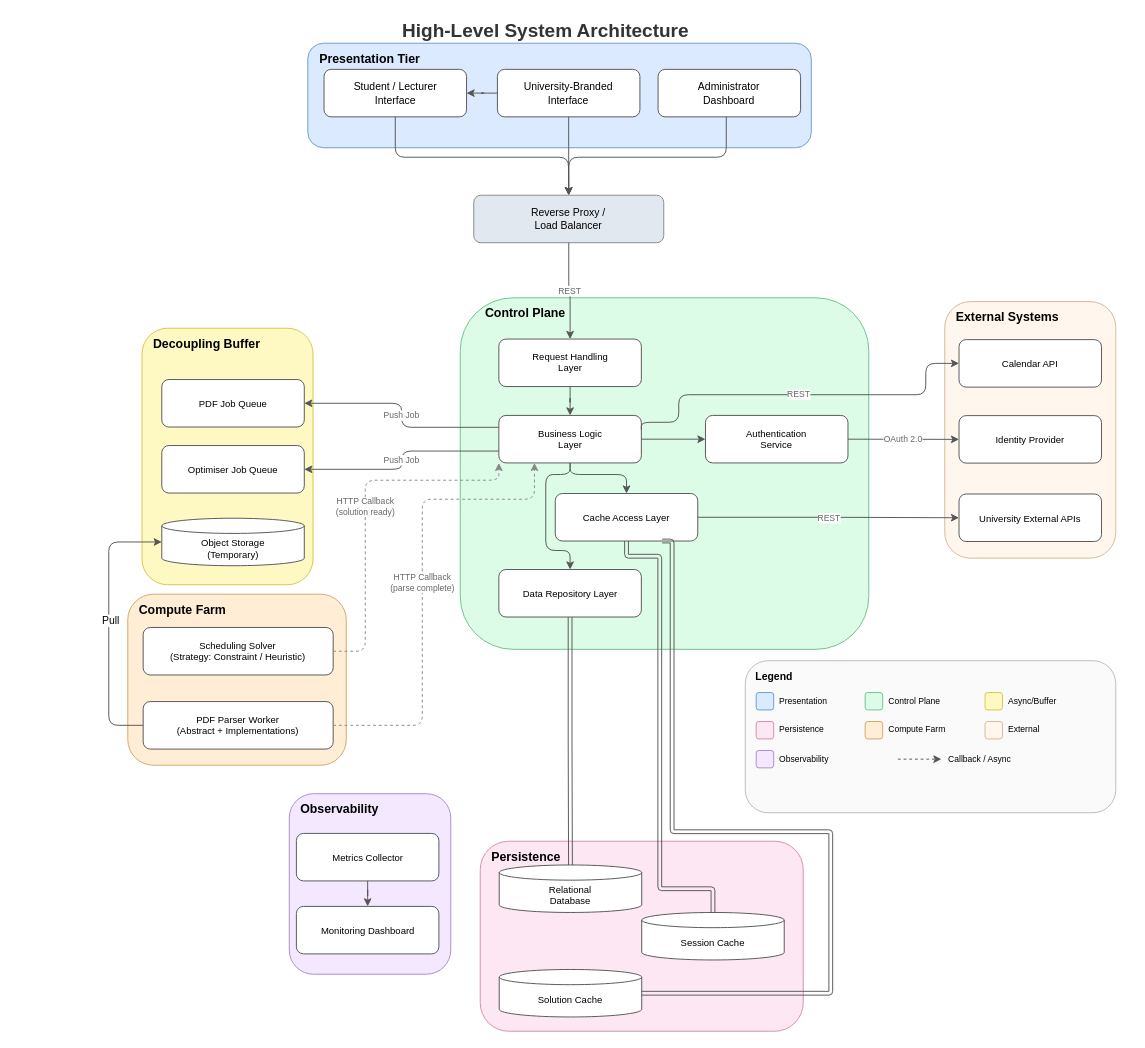
Before: dev/diagrams/architecture/Architecture.drawio in COS301-SE-2026/UMTAS, a draw.io diagram. Source tidied: cells renumbered, new cells numbered last; positions are measured from the earlier drawing's top-left corner, leaving out a move shared by most shapes. Both pictures are drawn from the tidied source at 95%, with x=0, y=0 at pixel (108, 16).
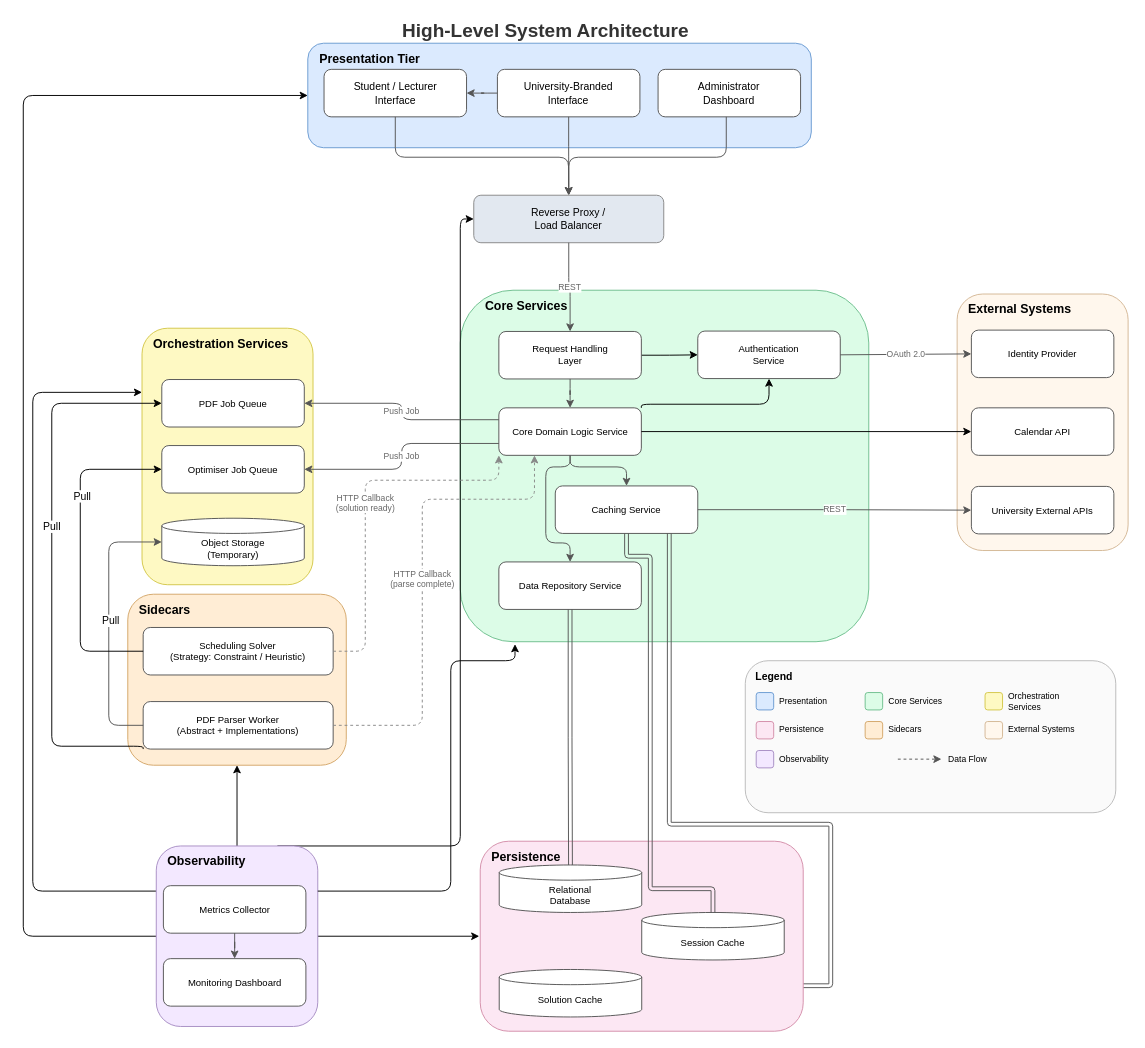
Above is the later version.

Unchanged cells that the change refers to:
```xml
<mxCell id="3" value="Presentation Tier" style="rounded=1;whiteSpace=wrap;html=1;fillColor=#dbeafe;strokeColor=#6b9bd2;verticalAlign=top;fontStyle=1;fontSize=13;align=left;spacingLeft=10;spacingTop=2;" parent="1" vertex="1">
  <mxGeometry x="209.5" y="28" width="530" height="110" as="geometry" />
</mxCell>
<mxCell id="8" value="Reverse Proxy /&lt;br&gt;Load Balancer" style="rounded=1;whiteSpace=wrap;html=1;fillColor=#e2e8f0;strokeColor=#888888;fontSize=11;fontStyle=0;" parent="1" vertex="1">
  <mxGeometry x="384.2" y="188" width="200" height="50" as="geometry" />
</mxCell>
<mxCell id="10" value="Request Handling&lt;br&gt;Layer" style="rounded=1;whiteSpace=wrap;html=1;fillColor=#ffffff;strokeColor=#555555;fontSize=10;" parent="9" vertex="1">
  <mxGeometry x="40.6" y="43.4" width="150" height="50" as="geometry" />
</mxCell>
<mxCell id="18" value="PDF Job Queue" style="rounded=1;whiteSpace=wrap;html=1;fillColor=#ffffff;strokeColor=#555555;fontSize=10;" parent="17" vertex="1">
  <mxGeometry x="20.8" y="54" width="150" height="50" as="geometry" />
</mxCell>
<mxCell id="19" value="Optimiser Job Queue" style="rounded=1;whiteSpace=wrap;html=1;fillColor=#ffffff;strokeColor=#555555;fontSize=10;" parent="17" vertex="1">
  <mxGeometry x="20.8" y="123.5" width="150" height="50" as="geometry" />
</mxCell>
<mxCell id="23" value="Session Cache" style="shape=cylinder3;whiteSpace=wrap;html=1;boundedLbl=1;fillColor=#ffffff;strokeColor=#555555;fontSize=10;size=8;" parent="21" vertex="1">
  <mxGeometry x="170" y="75" width="150" height="50" as="geometry" />
</mxCell>
<mxCell id="24" value="Solution Cache" style="shape=cylinder3;whiteSpace=wrap;html=1;boundedLbl=1;fillColor=#ffffff;strokeColor=#555555;fontSize=10;size=8;" parent="21" vertex="1">
  <mxGeometry x="20" y="135" width="150" height="50" as="geometry" />
</mxCell>
<mxCell id="26" value="Scheduling Solver&lt;br&gt;(Strategy: Constraint / Heuristic)" style="rounded=1;whiteSpace=wrap;html=1;fillColor=#ffffff;strokeColor=#555555;fontSize=10;" parent="25" vertex="1">
  <mxGeometry x="16.2" y="35" width="200" height="50" as="geometry" />
</mxCell>
<mxCell id="27" value="PDF Parser Worker&lt;br&gt;(Abstract + Implementations)" style="rounded=1;whiteSpace=wrap;html=1;fillColor=#ffffff;strokeColor=#555555;fontSize=10;" parent="25" vertex="1">
  <mxGeometry x="16.2" y="113" width="200" height="50" as="geometry" />
</mxCell>
<mxCell id="36" style="rounded=1;whiteSpace=wrap;html=1;fillColor=#fafafa;strokeColor=#bbbbbb;verticalAlign=top;fontStyle=1;fontSize=11;align=left;spacingLeft=8;spacingTop=2;" parent="1" vertex="1">
  <mxGeometry x="670" y="678" width="390" height="160" as="geometry" />
</mxCell>
```

Change to the diagram source:
```diff
@@
-    <mxCell id="9" value="&amp;nbsp; &amp;nbsp; Control Plane" style="rounded=1;whiteSpace=wrap;html=1;fillColor=#dcfce7;strokeColor=#6fbf8f;verticalAlign=top;fontStyle=1;fontSize=13;align=left;spacingLeft=10;spacingTop=2;" parent="1" vertex="1">
-      <mxGeometry x="370" y="296" width="430" height="370" as="geometry" />
+    <mxCell id="9" value="&amp;nbsp; &amp;nbsp; Core Services" style="rounded=1;whiteSpace=wrap;html=1;fillColor=#dcfce7;strokeColor=#6fbf8f;verticalAlign=top;fontStyle=1;fontSize=13;align=left;spacingLeft=10;spacingTop=2;" parent="1" vertex="1">
+      <mxGeometry x="370" y="288" width="430" height="370" as="geometry" />
     </mxCell>
+    <mxCell id="72" style="edgeStyle=orthogonalEdgeStyle;rounded=1;jettySize=auto;html=1;entryX=0;entryY=0.5;entryDx=0;entryDy=0;curved=0;flowAnimation=1;" parent="9" edge="1" source="10" target="14">
+      <mxGeometry relative="1" as="geometry" />
+    </mxCell>
@@
+    <mxCell id="59" style="edgeStyle=orthogonalEdgeStyle;rounded=1;jettySize=auto;html=1;exitX=1;exitY=0;exitDx=0;exitDy=0;entryX=0.5;entryY=1;entryDx=0;entryDy=0;curved=0;flowAnimation=1;" parent="9" edge="1" source="12" target="14">
+      <mxGeometry relative="1" as="geometry">
+        <Array as="points">
+          <mxPoint x="191" y="120" />
+          <mxPoint x="325" y="120" />
+        </Array>
+      </mxGeometry>
+    </mxCell>
-    <mxCell id="12" value="Business Logic&lt;br&gt;Layer" style="rounded=1;whiteSpace=wrap;html=1;fillColor=#ffffff;strokeColor=#555555;fontSize=10;" parent="9" vertex="1">
+    <mxCell id="12" value="Core Domain Logic Service" style="rounded=1;whiteSpace=wrap;html=1;fillColor=#ffffff;strokeColor=#555555;fontSize=10;" parent="9" vertex="1">
       <mxGeometry x="40.6" y="123.8" width="150" height="50" as="geometry" />
     </mxCell>
-    <mxCell id="13" value="Data Repository Layer" style="rounded=1;whiteSpace=wrap;html=1;fillColor=#ffffff;strokeColor=#555555;fontSize=10;" parent="9" vertex="1">
+    <mxCell id="13" value="Data Repository Service" style="rounded=1;whiteSpace=wrap;html=1;fillColor=#ffffff;strokeColor=#555555;fontSize=10;" parent="9" vertex="1">
       <mxGeometry x="40.6" y="286" width="150" height="50" as="geometry" />
     </mxCell>
     <mxCell id="14" value="Authentication&lt;br&gt;Service" style="rounded=1;whiteSpace=wrap;html=1;fillColor=#ffffff;strokeColor=#555555;fontSize=10;" parent="9" vertex="1">
-      <mxGeometry x="258.1" y="123.8" width="150" height="50" as="geometry" />
+      <mxGeometry x="250" y="43" width="150" height="50" as="geometry" />
     </mxCell>
-    <mxCell id="15" value="Cache Access Layer" style="rounded=1;whiteSpace=wrap;html=1;fillColor=#ffffff;strokeColor=#555555;fontSize=10;" parent="9" vertex="1">
+    <mxCell id="15" value="Caching Service" style="rounded=1;whiteSpace=wrap;html=1;fillColor=#ffffff;strokeColor=#555555;fontSize=10;" parent="9" vertex="1">
       <mxGeometry x="100" y="206" width="150" height="50" as="geometry" />
     </mxCell>
@@
+    <mxCell id="69" style="edgeStyle=orthogonalEdgeStyle;shape=link;rounded=1;orthogonalLoop=1;jettySize=auto;html=1;strokeColor=#555555;align=left;verticalAlign=middle;fontFamily=Helvetica;fontSize=11;fontColor=default;labelBackgroundColor=default;endArrow=classic;entryX=1;entryY=0.5;entryDx=0;entryDy=0;entryPerimeter=0;flowAnimation=1;" parent="9" edge="1">
+      <mxGeometry relative="1" as="geometry">
+        <mxPoint x="220" y="256" as="sourcePoint" />
+        <mxPoint x="191" y="732.1" as="targetPoint" />
+        <Array as="points">
+          <mxPoint x="220" y="256.1" />
+          <mxPoint x="220" y="562.1" />
+          <mxPoint x="390" y="562.1" />
+          <mxPoint x="390" y="732.1" />
+        </Array>
+      </mxGeometry>
+    </mxCell>
-    <mxCell id="17" value="Decoupling Buffer" style="rounded=1;whiteSpace=wrap;html=1;fillColor=#fef9c3;strokeColor=#d4c84b;verticalAlign=top;fontStyle=1;fontSize=13;align=left;spacingLeft=10;spacingTop=2;" parent="1" vertex="1">
+    <mxCell id="17" value="Orchestration Services" style="rounded=1;whiteSpace=wrap;html=1;fillColor=#fef9c3;strokeColor=#d4c84b;verticalAlign=top;fontStyle=1;fontSize=13;align=left;spacingLeft=10;spacingTop=2;" parent="1" vertex="1">
       <mxGeometry x="35" y="328" width="180" height="270" as="geometry" />
     </mxCell>
@@
-    <mxCell id="25" value="Compute Farm" style="rounded=1;whiteSpace=wrap;html=1;fillColor=#ffedd5;strokeColor=#d4a76a;verticalAlign=top;fontStyle=1;fontSize=13;align=left;spacingLeft=10;spacingTop=2;" parent="1" vertex="1">
+    <mxCell id="25" value="Sidecars" style="rounded=1;whiteSpace=wrap;html=1;fillColor=#ffedd5;strokeColor=#d4a76a;verticalAlign=top;fontStyle=1;fontSize=13;align=left;spacingLeft=10;spacingTop=2;" parent="1" vertex="1">
       <mxGeometry x="20" y="608" width="230" height="180" as="geometry" />
     </mxCell>
@@
     <mxCell id="28" value="External Systems" style="rounded=1;whiteSpace=wrap;html=1;fillColor=#fff7ed;strokeColor=#d4b896;verticalAlign=top;fontStyle=1;fontSize=13;align=left;spacingLeft=10;spacingTop=2;" parent="1" vertex="1">
-      <mxGeometry x="880" y="300" width="180" height="270" as="geometry" />
+      <mxGeometry x="893" y="292" width="180" height="270" as="geometry" />
     </mxCell>
     <mxCell id="29" value="Calendar API" style="rounded=1;whiteSpace=wrap;html=1;fillColor=#ffffff;strokeColor=#555555;fontSize=10;" parent="28" vertex="1">
-      <mxGeometry x="15" y="40" width="150" height="50" as="geometry" />
+      <mxGeometry x="15" y="119.8" width="150" height="50" as="geometry" />
     </mxCell>
     <mxCell id="30" value="Identity Provider" style="rounded=1;whiteSpace=wrap;html=1;fillColor=#ffffff;strokeColor=#555555;fontSize=10;" parent="28" vertex="1">
-      <mxGeometry x="15" y="120" width="150" height="50" as="geometry" />
+      <mxGeometry x="15" y="38" width="150" height="50" as="geometry" />
     </mxCell>
@@
+    <mxCell id="73" style="edgeStyle=orthogonalEdgeStyle;rounded=1;jettySize=auto;html=1;flowAnimation=1;curved=0;" parent="1" edge="1" source="32">
+      <mxGeometry relative="1" as="geometry">
+        <mxPoint x="390" y="968" as="targetPoint" />
+      </mxGeometry>
+    </mxCell>
+    <mxCell id="74" style="edgeStyle=orthogonalEdgeStyle;shape=connector;curved=0;rounded=1;jettySize=auto;html=1;entryX=0.5;entryY=1;entryDx=0;entryDy=0;strokeColor=default;align=center;verticalAlign=middle;fontFamily=Helvetica;fontSize=11;fontColor=default;labelBackgroundColor=default;endArrow=classic;flowAnimation=1;" parent="1" edge="1" source="32" target="25">
+      <mxGeometry relative="1" as="geometry" />
+    </mxCell>
+    <mxCell id="75" style="edgeStyle=orthogonalEdgeStyle;shape=connector;curved=0;rounded=1;jettySize=auto;html=1;exitX=0;exitY=0.25;exitDx=0;exitDy=0;entryX=0;entryY=0.25;entryDx=0;entryDy=0;strokeColor=default;align=center;verticalAlign=middle;fontFamily=Helvetica;fontSize=11;fontColor=default;labelBackgroundColor=default;endArrow=classic;flowAnimation=1;" parent="1" edge="1" source="32" target="17">
+      <mxGeometry relative="1" as="geometry">
+        <Array as="points">
+          <mxPoint x="-80" y="921" />
+          <mxPoint x="-80" y="396" />
+        </Array>
+      </mxGeometry>
+    </mxCell>
+    <mxCell id="76" style="edgeStyle=orthogonalEdgeStyle;shape=connector;curved=0;rounded=1;jettySize=auto;html=1;exitX=0;exitY=0.5;exitDx=0;exitDy=0;entryX=0;entryY=0.5;entryDx=0;entryDy=0;strokeColor=default;align=center;verticalAlign=middle;fontFamily=Helvetica;fontSize=11;fontColor=default;labelBackgroundColor=default;endArrow=classic;flowAnimation=1;" parent="1" edge="1" source="32" target="3">
+      <mxGeometry relative="1" as="geometry">
+        <Array as="points">
+          <mxPoint x="-90" y="968" />
+          <mxPoint x="-90" y="83" />
+        </Array>
+      </mxGeometry>
+    </mxCell>
+    <mxCell id="77" style="edgeStyle=orthogonalEdgeStyle;shape=connector;curved=0;rounded=1;jettySize=auto;html=1;exitX=0.75;exitY=0;exitDx=0;exitDy=0;entryX=0;entryY=0.5;entryDx=0;entryDy=0;strokeColor=default;align=center;verticalAlign=middle;fontFamily=Helvetica;fontSize=11;fontColor=default;labelBackgroundColor=default;endArrow=classic;flowAnimation=1;" parent="1" edge="1" source="32" target="8">
+      <mxGeometry relative="1" as="geometry">
+        <Array as="points">
+          <mxPoint x="370" y="873" />
+          <mxPoint x="370" y="213" />
+        </Array>
+      </mxGeometry>
+    </mxCell>
     <mxCell id="32" value="Observability" style="rounded=1;whiteSpace=wrap;html=1;fillColor=#f3e8ff;strokeColor=#a88fc4;verticalAlign=top;fontStyle=1;fontSize=13;align=left;spacingLeft=10;spacingTop=2;" parent="1" vertex="1">
-      <mxGeometry x="190" y="818" width="170" height="190" as="geometry" />
+      <mxGeometry x="50" y="873" width="170" height="190" as="geometry" />
     </mxCell>
@@
-    <mxCell id="41" value="Control Plane" style="text;html=1;strokeColor=none;fillColor=none;align=left;verticalAlign=middle;whiteSpace=wrap;rounded=0;fontSize=9;" parent="36" vertex="1">
+    <mxCell id="41" value="Core Services" style="text;html=1;strokeColor=none;fillColor=none;align=left;verticalAlign=middle;whiteSpace=wrap;rounded=0;fontSize=9;" parent="36" vertex="1">
       <mxGeometry x="149.1" y="30.5" width="91.8" height="24.4" as="geometry" />
     </mxCell>
@@
-    <mxCell id="43" value="Async/Buffer" style="text;html=1;strokeColor=none;fillColor=none;align=left;verticalAlign=middle;whiteSpace=wrap;rounded=0;fontSize=9;" parent="36" vertex="1">
+    <mxCell id="43" value="Orchestration Services" style="text;html=1;strokeColor=none;fillColor=none;align=left;verticalAlign=middle;whiteSpace=wrap;rounded=0;fontSize=9;" parent="36" vertex="1">
       <mxGeometry x="275.3" y="30.5" width="91.8" height="24.4" as="geometry" />
     </mxCell>
@@
-    <mxCell id="47" value="Compute Farm" style="text;html=1;strokeColor=none;fillColor=none;align=left;verticalAlign=middle;whiteSpace=wrap;rounded=0;fontSize=9;" parent="36" vertex="1">
+    <mxCell id="47" value="Sidecars" style="text;html=1;strokeColor=none;fillColor=none;align=left;verticalAlign=middle;whiteSpace=wrap;rounded=0;fontSize=9;" parent="36" vertex="1">
       <mxGeometry x="149.1" y="61" width="91.8" height="24.4" as="geometry" />
     </mxCell>
@@
-    <mxCell id="49" value="External" style="text;html=1;strokeColor=none;fillColor=none;align=left;verticalAlign=middle;whiteSpace=wrap;rounded=0;fontSize=9;" parent="36" vertex="1">
+    <mxCell id="49" value="External Systems" style="text;html=1;strokeColor=none;fillColor=none;align=left;verticalAlign=middle;whiteSpace=wrap;rounded=0;fontSize=9;" parent="36" vertex="1">
       <mxGeometry x="275.3" y="61" width="91.8" height="24.4" as="geometry" />
     </mxCell>
@@
-    <mxCell id="53" value="Callback / Async" style="text;html=1;strokeColor=none;fillColor=none;align=left;verticalAlign=middle;whiteSpace=wrap;rounded=0;fontSize=9;" parent="36" vertex="1">
+    <mxCell id="53" value="Data Flow" style="text;html=1;strokeColor=none;fillColor=none;align=left;verticalAlign=middle;whiteSpace=wrap;rounded=0;fontSize=9;" parent="36" vertex="1">
       <mxGeometry x="212.2" y="91.4" width="114.7" height="24.4" as="geometry" />
     </mxCell>
@@
-    <mxCell id="59" style="edgeStyle=orthogonalEdgeStyle;rounded=1;jettySize=auto;html=1;strokeColor=#555555;endArrow=classic;flowAnimation=1;" parent="1" edge="1" source="12" target="14">
-      <mxGeometry relative="1" as="geometry" />
-    </mxCell>
@@
-    <mxCell id="63" value="REST" style="rounded=1;jettySize=auto;html=1;strokeColor=#555555;endArrow=classic;fontSize=9;fontColor=#666666;exitX=1;exitY=0.3;entryX=0;entryY=0.5;edgeStyle=orthogonalEdgeStyle;flowAnimation=1;" parent="1" edge="1" source="12" target="29">
-      <mxGeometry relative="1" as="geometry">
-        <Array as="points">
-          <mxPoint x="561" y="427" />
-          <mxPoint x="600" y="427" />
-          <mxPoint x="600" y="398" />
-          <mxPoint x="860" y="398" />
-          <mxPoint x="860" y="365" />
-        </Array>
-      </mxGeometry>
-    </mxCell>
@@
     <mxCell id="68" style="edgeStyle=orthogonalEdgeStyle;shape=link;rounded=1;jettySize=auto;html=1;exitX=0.5;exitY=1;exitDx=0;exitDy=0;strokeColor=#555555;align=left;verticalAlign=middle;fontFamily=Helvetica;fontSize=11;fontColor=default;labelBackgroundColor=default;endArrow=classic;entryX=0.5;entryY=0;entryDx=0;entryDy=0;entryPerimeter=0;flowAnimation=1;" parent="1" edge="1" source="15" target="23">
       <mxGeometry relative="1" as="geometry">
         <Array as="points">
-          <mxPoint x="555" y="568" />
-          <mxPoint x="580" y="568" />
-          <mxPoint x="580" y="918" />
-          <mxPoint x="605" y="918" />
+          <mxPoint x="545" y="568" />
+          <mxPoint x="570" y="568" />
+          <mxPoint x="570" y="918" />
+          <mxPoint x="636" y="918" />
         </Array>
       </mxGeometry>
     </mxCell>
-    <mxCell id="69" style="edgeStyle=orthogonalEdgeStyle;shape=link;rounded=1;jettySize=auto;html=1;exitX=0.75;exitY=1;exitDx=0;exitDy=0;strokeColor=#555555;align=left;verticalAlign=middle;fontFamily=Helvetica;fontSize=11;fontColor=default;labelBackgroundColor=default;endArrow=classic;entryX=1;entryY=0.5;entryDx=0;entryDy=0;entryPerimeter=0;flowAnimation=1;" parent="1" edge="1" source="15" target="24">
-      <mxGeometry relative="1" as="geometry">
-        <Array as="points">
-          <mxPoint x="593" y="858" />
-          <mxPoint x="760" y="858" />
-          <mxPoint x="760" y="1028" />
-        </Array>
-      </mxGeometry>
-    </mxCell>
@@
+    <mxCell id="78" style="edgeStyle=orthogonalEdgeStyle;rounded=1;jettySize=auto;html=1;exitX=0;exitY=1;exitDx=0;exitDy=0;entryX=0;entryY=0.5;entryDx=0;entryDy=0;flowAnimation=1;curved=0;" parent="1" edge="1" source="27" target="18">
+      <mxGeometry relative="1" as="geometry">
+        <Array as="points">
+          <mxPoint x="36" y="768" />
+          <mxPoint x="-60" y="768" />
+          <mxPoint x="-60" y="407" />
+        </Array>
+      </mxGeometry>
+    </mxCell>
+    <mxCell id="79" value="Pull" style="edgeLabel;html=1;align=center;verticalAlign=middle;" parent="78" vertex="1">
+      <mxGeometry x="0.15" y="1" relative="1" as="geometry" />
+    </mxCell>
+    <mxCell id="80" style="edgeStyle=orthogonalEdgeStyle;rounded=1;jettySize=auto;html=1;exitX=0;exitY=0.5;exitDx=0;exitDy=0;entryX=0;entryY=0.5;entryDx=0;entryDy=0;curved=0;flowAnimation=1;" parent="1" edge="1" source="26" target="19">
+      <mxGeometry relative="1" as="geometry">
+        <Array as="points">
+          <mxPoint x="-30" y="668" />
+          <mxPoint x="-30" y="477" />
+        </Array>
+      </mxGeometry>
+    </mxCell>
+    <mxCell id="81" value="Pull" style="edgeLabel;html=1;align=center;verticalAlign=middle;" parent="80" vertex="1">
+      <mxGeometry x="0.34" y="-1" relative="1" as="geometry" />
+    </mxCell>
+    <mxCell id="63" style="edgeStyle=orthogonalEdgeStyle;rounded=1;jettySize=auto;html=1;exitX=1;exitY=0.5;exitDx=0;exitDy=0;curved=0;flowAnimation=1;" parent="1" edge="1" source="12" target="29">
+      <mxGeometry relative="1" as="geometry" />
+    </mxCell>
+    <mxCell id="82" style="edgeStyle=orthogonalEdgeStyle;shape=connector;curved=0;rounded=1;jettySize=auto;html=1;exitX=1;exitY=0.25;exitDx=0;exitDy=0;entryX=0.134;entryY=1.007;entryDx=0;entryDy=0;entryPerimeter=0;strokeColor=default;align=center;verticalAlign=middle;fontFamily=Helvetica;fontSize=11;fontColor=default;labelBackgroundColor=default;endArrow=classic;flowAnimation=1;" parent="1" edge="1" source="32" target="9">
+      <mxGeometry relative="1" as="geometry">
+        <Array as="points">
+          <mxPoint x="360" y="921" />
+          <mxPoint x="360" y="678" />
+          <mxPoint x="428" y="678" />
+        </Array>
+      </mxGeometry>
+    </mxCell>
```
